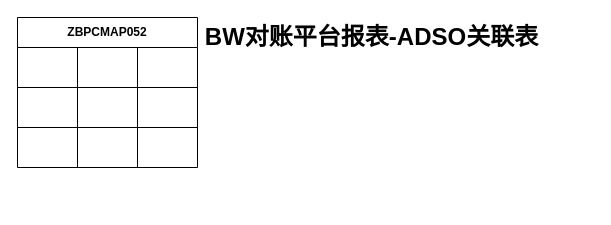
This is zbpc049.drawio from jax-pzh/abap_test, a draw.io file, before an edit. Source tidied: cells renumbered, new cells numbered last; positions are measured from the earlier drawing's top-left corner, leaving out a move shared by most shapes. Both pictures are drawn from the tidied source at 100%, with x=0, y=0 at pixel (17, 17).
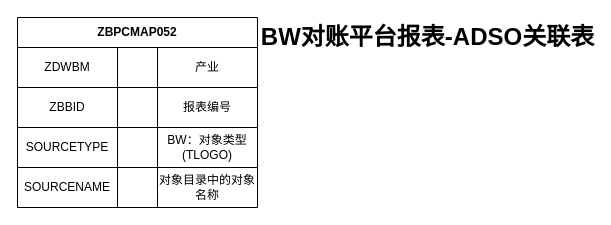
After the change.

The edit, as a diff of the source:
```diff
@@
 <mxGraphModel>
   <root>
     <mxCell id="0" />
     <mxCell id="1" parent="0" />
     <mxCell id="2" value="ZBPCMAP052" style="shape=table;html=1;whiteSpace=wrap;startSize=30;childLayout=tableLayout;fontStyle=1;align=center;" parent="1" vertex="1">
-      <mxGeometry width="180" height="150" as="geometry" />
+      <mxGeometry width="240" height="190" as="geometry" />
     </mxCell>
     <mxCell id="3" style="shape=partialRectangle;html=1;whiteSpace=wrap;fillColor=none;top=0;left=0;bottom=0;right=0;" parent="2" vertex="1">
-      <mxGeometry y="30" width="180" height="40" as="geometry" />
+      <mxGeometry y="30" width="240" height="40" as="geometry" />
     </mxCell>
-    <mxCell id="4" style="shape=partialRectangle;html=1;whiteSpace=wrap;fillColor=none;top=0;left=0;bottom=0;right=0;overflow=hidden;" parent="3" vertex="1">
-      <mxGeometry width="60" height="40" as="geometry" />
+    <mxCell id="4" value="ZDWBM" style="shape=partialRectangle;html=1;whiteSpace=wrap;fillColor=none;top=0;left=0;bottom=0;right=0;overflow=hidden;" parent="3" vertex="1">
+      <mxGeometry width="100" height="40" as="geometry" />
     </mxCell>
     <mxCell id="5" style="shape=partialRectangle;html=1;whiteSpace=wrap;fillColor=none;top=0;left=0;bottom=0;right=0;overflow=hidden;" parent="3" vertex="1">
-      <mxGeometry x="60" width="60" height="40" as="geometry" />
+      <mxGeometry x="100" width="40" height="40" as="geometry" />
     </mxCell>
-    <mxCell id="6" style="shape=partialRectangle;html=1;whiteSpace=wrap;fillColor=none;top=0;left=0;bottom=0;right=0;overflow=hidden;" parent="3" vertex="1">
-      <mxGeometry x="120" width="60" height="40" as="geometry" />
+    <mxCell id="6" value="产业" style="shape=partialRectangle;html=1;whiteSpace=wrap;fillColor=none;top=0;left=0;bottom=0;right=0;overflow=hidden;" parent="3" vertex="1">
+      <mxGeometry x="140" width="100" height="40" as="geometry" />
     </mxCell>
     <mxCell id="7" style="shape=partialRectangle;html=1;whiteSpace=wrap;fillColor=none;top=0;left=0;bottom=0;right=0;" parent="2" vertex="1">
-      <mxGeometry y="70" width="180" height="40" as="geometry" />
+      <mxGeometry y="70" width="240" height="40" as="geometry" />
     </mxCell>
-    <mxCell id="8" style="shape=partialRectangle;html=1;whiteSpace=wrap;fillColor=none;top=0;left=0;bottom=0;right=0;overflow=hidden;" parent="7" vertex="1">
-      <mxGeometry width="60" height="40" as="geometry" />
+    <mxCell id="8" value="ZBBID" style="shape=partialRectangle;html=1;whiteSpace=wrap;fillColor=none;top=0;left=0;bottom=0;right=0;overflow=hidden;" parent="7" vertex="1">
+      <mxGeometry width="100" height="40" as="geometry" />
     </mxCell>
     <mxCell id="9" style="shape=partialRectangle;html=1;whiteSpace=wrap;fillColor=none;top=0;left=0;bottom=0;right=0;overflow=hidden;" parent="7" vertex="1">
-      <mxGeometry x="60" width="60" height="40" as="geometry" />
+      <mxGeometry x="100" width="40" height="40" as="geometry" />
     </mxCell>
-    <mxCell id="10" style="shape=partialRectangle;html=1;whiteSpace=wrap;fillColor=none;top=0;left=0;bottom=0;right=0;overflow=hidden;" parent="7" vertex="1">
-      <mxGeometry x="120" width="60" height="40" as="geometry" />
+    <mxCell id="10" value="报表编号" style="shape=partialRectangle;html=1;whiteSpace=wrap;fillColor=none;top=0;left=0;bottom=0;right=0;overflow=hidden;" parent="7" vertex="1">
+      <mxGeometry x="140" width="100" height="40" as="geometry" />
     </mxCell>
     <mxCell id="11" style="shape=partialRectangle;html=1;whiteSpace=wrap;fillColor=none;top=0;left=0;bottom=0;right=0;" parent="2" vertex="1">
-      <mxGeometry y="110" width="180" height="40" as="geometry" />
+      <mxGeometry y="110" width="240" height="40" as="geometry" />
     </mxCell>
-    <mxCell id="12" style="shape=partialRectangle;html=1;whiteSpace=wrap;fillColor=none;top=0;left=0;bottom=0;right=0;overflow=hidden;" parent="11" vertex="1">
-      <mxGeometry width="60" height="40" as="geometry" />
+    <mxCell id="12" value="SOURCETYPE" style="shape=partialRectangle;html=1;whiteSpace=wrap;fillColor=none;top=0;left=0;bottom=0;right=0;overflow=hidden;" parent="11" vertex="1">
+      <mxGeometry width="100" height="40" as="geometry" />
     </mxCell>
     <mxCell id="13" style="shape=partialRectangle;html=1;whiteSpace=wrap;fillColor=none;top=0;left=0;bottom=0;right=0;overflow=hidden;" parent="11" vertex="1">
-      <mxGeometry x="60" width="60" height="40" as="geometry" />
+      <mxGeometry x="100" width="40" height="40" as="geometry" />
     </mxCell>
-    <mxCell id="14" style="shape=partialRectangle;html=1;whiteSpace=wrap;fillColor=none;top=0;left=0;bottom=0;right=0;overflow=hidden;" parent="11" vertex="1">
-      <mxGeometry x="120" width="60" height="40" as="geometry" />
+    <mxCell id="14" value="BW：对象类型 (TLOGO)" style="shape=partialRectangle;html=1;whiteSpace=wrap;fillColor=none;top=0;left=0;bottom=0;right=0;overflow=hidden;" parent="11" vertex="1">
+      <mxGeometry x="140" width="100" height="40" as="geometry" />
     </mxCell>
+    <mxCell id="16" style="shape=partialRectangle;html=1;whiteSpace=wrap;fillColor=none;top=0;left=0;bottom=0;right=0;" parent="2" vertex="1">
+      <mxGeometry y="150" width="240" height="40" as="geometry" />
+    </mxCell>
+    <mxCell id="17" value="SOURCENAME" style="shape=partialRectangle;html=1;whiteSpace=wrap;fillColor=none;top=0;left=0;bottom=0;right=0;overflow=hidden;" parent="16" vertex="1">
+      <mxGeometry width="100" height="40" as="geometry" />
+    </mxCell>
+    <mxCell id="18" style="shape=partialRectangle;html=1;whiteSpace=wrap;fillColor=none;top=0;left=0;bottom=0;right=0;overflow=hidden;" parent="16" vertex="1">
+      <mxGeometry x="100" width="40" height="40" as="geometry" />
+    </mxCell>
+    <mxCell id="19" value="对象目录中的对象名称" style="shape=partialRectangle;html=1;whiteSpace=wrap;fillColor=none;top=0;left=0;bottom=0;right=0;overflow=hidden;" parent="16" vertex="1">
+      <mxGeometry x="140" width="100" height="40" as="geometry" />
+    </mxCell>
     <mxCell id="15" value="BW对账平台报表-ADSO关联表" style="text;strokeColor=none;fillColor=none;html=1;fontSize=24;fontStyle=1;verticalAlign=middle;align=center;" parent="1" vertex="1">
-      <mxGeometry x="304" width="100" height="40" as="geometry" />
+      <mxGeometry x="360" width="100" height="40" as="geometry" />
     </mxCell>
   </root>
 </mxGraphModel>
```
